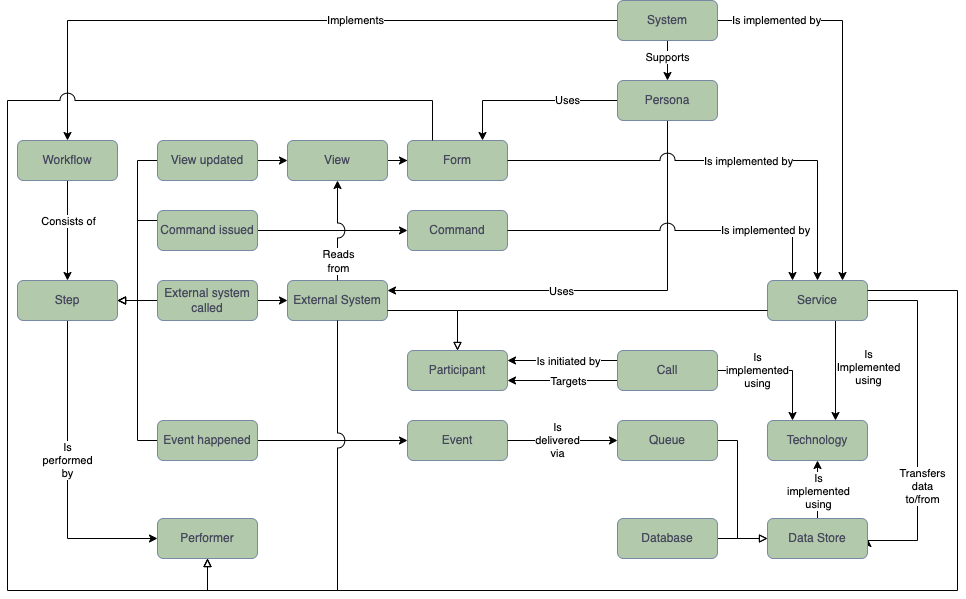
The draw.io diagram model/model.png in RaySinnema/architecture-diagrams, before a commit. Source tidied: cells renumbered, new cells last; positions are measured from the earlier drawing's top-left corner, leaving out a move shared by most shapes.
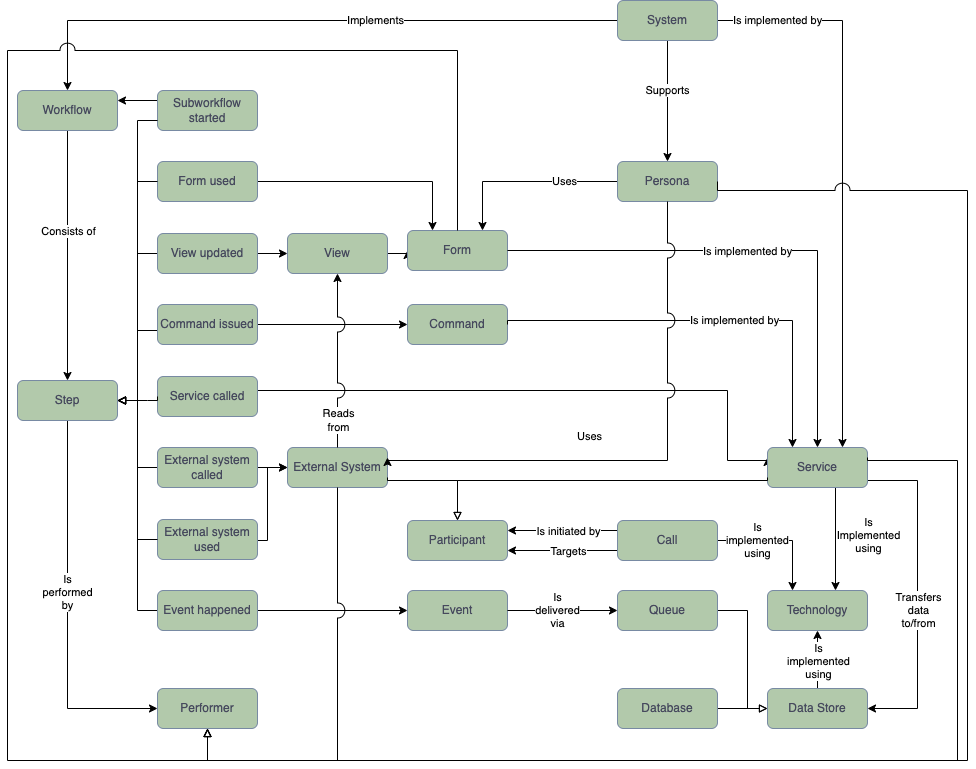
After the change.

Commit message:
Document workflows

Diff of the diagram source:
```diff
@@ -4,4 +4,12 @@
     <mxCell id="1" parent="0" />
+    <mxCell id="65" style="edgeStyle=orthogonalEdgeStyle;rounded=0;jettySize=auto;html=1;exitX=1;exitY=0.5;exitDx=0;exitDy=0;entryX=0;entryY=0.25;entryDx=0;entryDy=0;" parent="1" edge="1" source="73" target="14">
+      <mxGeometry relative="1" as="geometry">
+        <Array as="points">
+          <mxPoint x="-80" y="410" />
+          <mxPoint x="-80" y="480" />
+        </Array>
+      </mxGeometry>
+    </mxCell>
     <mxCell id="2" value="Command" style="whiteSpace=wrap;html=1;align=center;fillColor=#B2C9AB;strokeColor=#788AA3;fontColor=#46495D;rounded=1;" parent="1" vertex="1">
-      <mxGeometry x="400" y="210" width="100" height="40" as="geometry" />
+      <mxGeometry x="-400" y="324" width="100" height="40" as="geometry" />
     </mxCell>
@@ -11,6 +19,6 @@
     <mxCell id="4" value="View" style="whiteSpace=wrap;html=1;align=center;fillColor=#B2C9AB;strokeColor=#788AA3;fontColor=#46495D;rounded=1;" parent="1" vertex="1">
-      <mxGeometry x="280" y="140" width="100" height="40" as="geometry" />
+      <mxGeometry x="-520" y="253" width="100" height="40" as="geometry" />
     </mxCell>
     <mxCell id="5" value="Form" style="whiteSpace=wrap;html=1;align=center;fillColor=#B2C9AB;strokeColor=#788AA3;fontColor=#46495D;rounded=1;" parent="1" vertex="1">
-      <mxGeometry x="400" y="140" width="100" height="40" as="geometry" />
+      <mxGeometry x="-400" y="250" width="100" height="40" as="geometry" />
     </mxCell>
@@ -19,3 +27,3 @@
         <Array as="points">
-          <mxPoint x="60" y="20" />
+          <mxPoint x="-740" y="40" />
         </Array>
@@ -26,4 +34,4 @@
         <Array as="points">
-          <mxPoint x="610" y="100" />
-          <mxPoint x="610" y="100" />
+          <mxPoint x="-190" y="210" />
+          <mxPoint x="-190" y="210" />
         </Array>
@@ -32,13 +40,12 @@
     <mxCell id="8" value="Is implemented by" style="edgeStyle=orthogonalEdgeStyle;rounded=0;jettySize=auto;html=1;exitX=1;exitY=0.5;exitDx=0;exitDy=0;entryX=0.75;entryY=0;entryDx=0;entryDy=0;" parent="1" edge="1" source="9" target="14">
-      <mxGeometry x="-0.69" relative="1" as="geometry" />
+      <mxGeometry x="-0.78" relative="1" as="geometry" />
     </mxCell>
     <mxCell id="9" value="System" style="whiteSpace=wrap;html=1;align=center;fillColor=#B2C9AB;strokeColor=#788AA3;fontColor=#46495D;rounded=1;" parent="1" vertex="1">
-      <mxGeometry x="610" width="100" height="40" as="geometry" />
+      <mxGeometry x="-190" y="20" width="100" height="40" as="geometry" />
     </mxCell>
-    <mxCell id="10" style="edgeStyle=orthogonalEdgeStyle;rounded=0;jettySize=auto;html=1;exitX=1;exitY=0.5;exitDx=0;exitDy=0;endArrow=classic;endFill=1;entryX=1;entryY=0.5;entryDx=0;entryDy=0;" parent="1" edge="1" source="14" target="56">
+    <mxCell id="10" style="edgeStyle=orthogonalEdgeStyle;rounded=0;jettySize=auto;html=1;exitX=1;exitY=0.75;exitDx=0;exitDy=0;endArrow=classic;endFill=1;entryX=1;entryY=0.5;entryDx=0;entryDy=0;" parent="1" edge="1" source="14" target="56">
       <mxGeometry relative="1" as="geometry">
         <Array as="points">
-          <mxPoint x="910" y="300" />
-          <mxPoint x="910" y="540" />
-          <mxPoint x="860" y="540" />
+          <mxPoint x="110" y="500" />
+          <mxPoint x="110" y="728" />
         </Array>
@@ -48,3 +55,3 @@
       <mxGeometry x="0.53" y="1" relative="1" as="geometry">
-        <mxPoint x="3" y="-27" as="offset" />
+        <mxPoint x="-1" y="-71" as="offset" />
       </mxGeometry>
@@ -60,3 +67,3 @@
     <mxCell id="14" value="Service" style="whiteSpace=wrap;html=1;align=center;fillColor=#B2C9AB;strokeColor=#788AA3;fontColor=#46495D;rounded=1;" parent="1" vertex="1">
-      <mxGeometry x="760" y="280" width="100" height="40" as="geometry" />
+      <mxGeometry x="-40" y="467" width="100" height="40" as="geometry" />
     </mxCell>
@@ -65,4 +72,4 @@
         <Array as="points">
-          <mxPoint x="730" y="440" />
-          <mxPoint x="730" y="538" />
+          <mxPoint x="-60" y="630" />
+          <mxPoint x="-60" y="728" />
         </Array>
@@ -71,3 +78,3 @@
     <mxCell id="16" value="Queue" style="whiteSpace=wrap;html=1;align=center;fillColor=#B2C9AB;strokeColor=#788AA3;fontColor=#46495D;rounded=1;" parent="1" vertex="1">
-      <mxGeometry x="610" y="420" width="100" height="40" as="geometry" />
+      <mxGeometry x="-190" y="610" width="100" height="40" as="geometry" />
     </mxCell>
@@ -85,3 +92,3 @@
     <mxCell id="20" value="Database" style="whiteSpace=wrap;html=1;align=center;fillColor=#B2C9AB;strokeColor=#788AA3;fontColor=#46495D;rounded=1;" parent="1" vertex="1">
-      <mxGeometry x="610" y="518" width="100" height="40" as="geometry" />
+      <mxGeometry x="-190" y="708" width="100" height="40" as="geometry" />
     </mxCell>
@@ -94,3 +101,3 @@
     <mxCell id="23" value="Workflow" style="whiteSpace=wrap;html=1;align=center;fillColor=#B2C9AB;strokeColor=#788AA3;fontColor=#46495D;rounded=1;" parent="1" vertex="1">
-      <mxGeometry x="10" y="140" width="100" height="40" as="geometry" />
+      <mxGeometry x="-790" y="110" width="100" height="40" as="geometry" />
     </mxCell>
@@ -100,16 +107,4 @@
     <mxCell id="25" value="Step" style="whiteSpace=wrap;html=1;align=center;fillColor=#B2C9AB;strokeColor=#788AA3;fontColor=#46495D;rounded=1;" parent="1" vertex="1">
-      <mxGeometry x="10" y="280" width="100" height="40" as="geometry" />
+      <mxGeometry x="-790" y="400" width="100" height="40" as="geometry" />
     </mxCell>
-    <mxCell id="26" style="edgeStyle=orthogonalEdgeStyle;rounded=0;jettySize=auto;html=1;exitX=0.5;exitY=1;exitDx=0;exitDy=0;entryX=1;entryY=0.25;entryDx=0;entryDy=0;endArrow=classic;endFill=1;" parent="1" edge="1" source="29" target="30">
-      <mxGeometry relative="1" as="geometry">
-        <Array as="points">
-          <mxPoint x="660" y="290" />
-        </Array>
-      </mxGeometry>
-    </mxCell>
-    <mxCell id="27" value="Uses" style="edgeLabel;html=1;align=center;verticalAlign=middle;" parent="26" vertex="1">
-      <mxGeometry x="-0.13" y="2" relative="1" as="geometry">
-        <mxPoint x="-81" y="-2" as="offset" />
-      </mxGeometry>
-    </mxCell>
     <mxCell id="28" value="Uses" style="edgeStyle=orthogonalEdgeStyle;rounded=0;jettySize=auto;html=1;exitX=0;exitY=0.5;exitDx=0;exitDy=0;entryX=0.75;entryY=0;entryDx=0;entryDy=0;endArrow=classic;endFill=1;" parent="1" edge="1" source="29" target="5">
@@ -118,12 +113,12 @@
     <mxCell id="29" value="Persona" style="whiteSpace=wrap;html=1;align=center;fillColor=#B2C9AB;strokeColor=#788AA3;fontColor=#46495D;rounded=1;" parent="1" vertex="1">
-      <mxGeometry x="610" y="80" width="100" height="40" as="geometry" />
+      <mxGeometry x="-190" y="181" width="100" height="40" as="geometry" />
     </mxCell>
     <mxCell id="30" value="External System" style="whiteSpace=wrap;html=1;align=center;fillColor=#B2C9AB;strokeColor=#788AA3;fontColor=#46495D;rounded=1;" parent="1" vertex="1">
-      <mxGeometry x="280" y="280" width="100" height="40" as="geometry" />
+      <mxGeometry x="-520" y="467" width="100" height="40" as="geometry" />
     </mxCell>
     <mxCell id="31" value="Event" style="whiteSpace=wrap;html=1;align=center;fillColor=#B2C9AB;strokeColor=#788AA3;fontColor=#46495D;rounded=1;" parent="1" vertex="1">
-      <mxGeometry x="400" y="420" width="100" height="40" as="geometry" />
+      <mxGeometry x="-400" y="610" width="100" height="40" as="geometry" />
     </mxCell>
     <mxCell id="32" value="Technology" style="whiteSpace=wrap;html=1;align=center;fillColor=#B2C9AB;strokeColor=#788AA3;fontColor=#46495D;rounded=1;" parent="1" vertex="1">
-      <mxGeometry x="760" y="420" width="100" height="40" as="geometry" />
+      <mxGeometry x="-40" y="610" width="100" height="40" as="geometry" />
     </mxCell>
@@ -136,3 +131,3 @@
     <mxCell id="35" value="Event happened" style="whiteSpace=wrap;html=1;align=center;fillColor=#B2C9AB;strokeColor=#788AA3;fontColor=#46495D;rounded=1;" parent="1" vertex="1">
-      <mxGeometry x="150" y="420" width="100" height="40" as="geometry" />
+      <mxGeometry x="-650" y="610" width="100" height="40" as="geometry" />
     </mxCell>
@@ -145,3 +140,3 @@
     <mxCell id="38" value="View updated" style="whiteSpace=wrap;html=1;align=center;fillColor=#B2C9AB;strokeColor=#788AA3;fontColor=#46495D;rounded=1;" parent="1" vertex="1">
-      <mxGeometry x="150" y="140" width="100" height="40" as="geometry" />
+      <mxGeometry x="-650" y="253" width="100" height="40" as="geometry" />
     </mxCell>
@@ -150,5 +145,4 @@
         <Array as="points">
-          <mxPoint x="150" y="220" />
-          <mxPoint x="130" y="220" />
-          <mxPoint x="130" y="300" />
+          <mxPoint x="-670" y="350" />
+          <mxPoint x="-670" y="420" />
         </Array>
@@ -160,3 +154,3 @@
     <mxCell id="41" value="Command issued" style="whiteSpace=wrap;html=1;align=center;fillColor=#B2C9AB;strokeColor=#788AA3;fontColor=#46495D;rounded=1;" parent="1" vertex="1">
-      <mxGeometry x="150" y="210" width="100" height="40" as="geometry" />
+      <mxGeometry x="-650" y="324" width="100" height="40" as="geometry" />
     </mxCell>
@@ -169,6 +163,6 @@
     <mxCell id="44" value="External system called" style="whiteSpace=wrap;html=1;align=center;fillColor=#B2C9AB;strokeColor=#788AA3;fontColor=#46495D;rounded=1;" parent="1" vertex="1">
-      <mxGeometry x="150" y="280" width="100" height="40" as="geometry" />
+      <mxGeometry x="-650" y="467" width="100" height="40" as="geometry" />
     </mxCell>
     <mxCell id="45" value="Performer" style="whiteSpace=wrap;html=1;align=center;fillColor=#B2C9AB;strokeColor=#788AA3;fontColor=#46495D;rounded=1;" parent="1" vertex="1">
-      <mxGeometry x="150" y="518" width="100" height="40" as="geometry" />
+      <mxGeometry x="-650" y="708" width="100" height="40" as="geometry" />
     </mxCell>
@@ -194,6 +188,6 @@
     <mxCell id="51" value="Call" style="whiteSpace=wrap;html=1;align=center;fillColor=#B2C9AB;strokeColor=#788AA3;fontColor=#46495D;rounded=1;" parent="1" vertex="1">
-      <mxGeometry x="610" y="350" width="100" height="40" as="geometry" />
+      <mxGeometry x="-190" y="540" width="100" height="40" as="geometry" />
     </mxCell>
     <mxCell id="52" value="Participant&lt;br&gt;" style="whiteSpace=wrap;html=1;align=center;fillColor=#B2C9AB;strokeColor=#788AA3;fontColor=#46495D;rounded=1;" parent="1" vertex="1">
-      <mxGeometry x="400" y="350" width="100" height="40" as="geometry" />
+      <mxGeometry x="-400" y="540" width="100" height="40" as="geometry" />
     </mxCell>
@@ -202,3 +196,3 @@
         <Array as="points">
-          <mxPoint x="450" y="310" />
+          <mxPoint x="-350" y="500" />
         </Array>
@@ -209,5 +203,5 @@
         <Array as="points">
-          <mxPoint x="950" y="290" />
-          <mxPoint x="950" y="590" />
-          <mxPoint x="200" y="590" />
+          <mxPoint x="150" y="480" />
+          <mxPoint x="150" y="780" />
+          <mxPoint x="-600" y="780" />
         </Array>
@@ -215,9 +209,9 @@
     </mxCell>
-    <mxCell id="55" style="edgeStyle=orthogonalEdgeStyle;rounded=0;jumpStyle=arc;jumpSize=15;jettySize=auto;html=1;exitX=0.25;exitY=0;exitDx=0;exitDy=0;entryX=0.5;entryY=1;entryDx=0;entryDy=0;endArrow=block;endFill=0;" parent="1" edge="1" source="5" target="45">
+    <mxCell id="55" style="edgeStyle=orthogonalEdgeStyle;rounded=0;jumpStyle=arc;jumpSize=15;jettySize=auto;html=1;exitX=0.5;exitY=0;exitDx=0;exitDy=0;entryX=0.5;entryY=1;entryDx=0;entryDy=0;endArrow=block;endFill=0;" parent="1" edge="1" source="5" target="45">
       <mxGeometry relative="1" as="geometry">
         <Array as="points">
-          <mxPoint x="425" y="100" />
-          <mxPoint y="100" />
-          <mxPoint y="590" />
-          <mxPoint x="200" y="590" />
+          <mxPoint x="-350" y="70" />
+          <mxPoint x="-800" y="70" />
+          <mxPoint x="-800" y="780" />
+          <mxPoint x="-600" y="780" />
         </Array>
@@ -226,3 +220,3 @@
     <mxCell id="56" value="Data Store" style="whiteSpace=wrap;html=1;align=center;fillColor=#B2C9AB;strokeColor=#788AA3;fontColor=#46495D;rounded=1;" parent="1" vertex="1">
-      <mxGeometry x="760" y="518" width="100" height="40" as="geometry" />
+      <mxGeometry x="-40" y="708" width="100" height="40" as="geometry" />
     </mxCell>
@@ -231,4 +225,4 @@
         <Array as="points">
-          <mxPoint x="540" y="440" />
-          <mxPoint x="540" y="440" />
+          <mxPoint x="-270" y="630" />
+          <mxPoint x="-270" y="630" />
         </Array>
@@ -239,4 +233,4 @@
         <Array as="points">
-          <mxPoint x="330" y="590" />
-          <mxPoint x="200" y="590" />
+          <mxPoint x="-470" y="780" />
+          <mxPoint x="-600" y="780" />
         </Array>
@@ -247,3 +241,3 @@
         <Array as="points">
-          <mxPoint x="450" y="310" />
+          <mxPoint x="-350" y="500" />
         </Array>
@@ -252,5 +246,5 @@
     <mxCell id="60" value="Is implemented by" style="edgeStyle=orthogonalEdgeStyle;rounded=0;jettySize=auto;html=1;exitX=1;exitY=0.5;exitDx=0;exitDy=0;entryX=0.25;entryY=0;entryDx=0;entryDy=0;endArrow=classic;endFill=1;jumpStyle=arc;jumpSize=15;" parent="1" edge="1" source="2" target="14">
-      <mxGeometry x="0.54" relative="1" as="geometry">
+      <mxGeometry x="0.11" relative="1" as="geometry">
         <Array as="points">
-          <mxPoint x="785" y="230" />
+          <mxPoint x="-15" y="340" />
         </Array>
@@ -263,3 +257,3 @@
       <mxGeometry x="-0.16" relative="1" as="geometry">
-        <mxPoint x="59" as="offset" />
+        <mxPoint x="26" as="offset" />
       </mxGeometry>
@@ -269,4 +263,4 @@
         <Array as="points">
-          <mxPoint x="330" y="230" />
-          <mxPoint x="330" y="230" />
+          <mxPoint x="-470" y="340" />
+          <mxPoint x="-470" y="340" />
         </Array>
@@ -276,5 +270,70 @@
       <mxGeometry x="-0.48" y="1" relative="1" as="geometry">
-        <mxPoint x="1" y="6" as="offset" />
+        <mxPoint x="1" y="17" as="offset" />
       </mxGeometry>
     </mxCell>
+    <mxCell id="66" style="edgeStyle=orthogonalEdgeStyle;rounded=0;jettySize=auto;html=1;exitX=1;exitY=0.5;exitDx=0;exitDy=0;entryX=0;entryY=0.5;entryDx=0;entryDy=0;" parent="1" edge="1" source="67" target="30">
+      <mxGeometry relative="1" as="geometry">
+        <Array as="points">
+          <mxPoint x="-550" y="560" />
+          <mxPoint x="-540" y="560" />
+          <mxPoint x="-540" y="487" />
+        </Array>
+      </mxGeometry>
+    </mxCell>
+    <mxCell id="67" value="External system used" style="whiteSpace=wrap;html=1;align=center;fillColor=#B2C9AB;strokeColor=#788AA3;fontColor=#46495D;rounded=1;" parent="1" vertex="1">
+      <mxGeometry x="-650" y="539" width="100" height="40" as="geometry" />
+    </mxCell>
+    <mxCell id="68" style="edgeStyle=orthogonalEdgeStyle;rounded=0;jettySize=auto;html=1;exitX=0;exitY=0.5;exitDx=0;exitDy=0;entryX=1;entryY=0.5;entryDx=0;entryDy=0;endArrow=block;endFill=0;" parent="1" edge="1" source="67" target="25">
+      <mxGeometry relative="1" as="geometry" />
+    </mxCell>
+    <mxCell id="69" style="edgeStyle=orthogonalEdgeStyle;rounded=0;jettySize=auto;html=1;exitX=1;exitY=0.5;exitDx=0;exitDy=0;entryX=0.25;entryY=0;entryDx=0;entryDy=0;" parent="1" edge="1" source="70" target="5">
+      <mxGeometry relative="1" as="geometry" />
+    </mxCell>
+    <mxCell id="70" value="Form used" style="whiteSpace=wrap;html=1;align=center;fillColor=#B2C9AB;strokeColor=#788AA3;fontColor=#46495D;rounded=1;" parent="1" vertex="1">
+      <mxGeometry x="-650" y="181" width="100" height="40" as="geometry" />
+    </mxCell>
+    <mxCell id="71" style="edgeStyle=orthogonalEdgeStyle;rounded=0;jettySize=auto;html=1;exitX=0;exitY=0.5;exitDx=0;exitDy=0;entryX=1;entryY=0.5;entryDx=0;entryDy=0;endArrow=block;endFill=0;" parent="1" edge="1" source="70" target="25">
+      <mxGeometry relative="1" as="geometry" />
+    </mxCell>
+    <mxCell id="72" style="edgeStyle=orthogonalEdgeStyle;rounded=0;jumpStyle=arc;jumpSize=15;jettySize=auto;html=1;exitX=1;exitY=0.5;exitDx=0;exitDy=0;entryX=0.5;entryY=1;entryDx=0;entryDy=0;endArrow=block;endFill=0;" parent="1" edge="1" source="29" target="45">
+      <mxGeometry relative="1" as="geometry">
+        <Array as="points">
+          <mxPoint x="160" y="210" />
+          <mxPoint x="160" y="780" />
+          <mxPoint x="-600" y="780" />
+        </Array>
+      </mxGeometry>
+    </mxCell>
+    <mxCell id="73" value="Service called" style="whiteSpace=wrap;html=1;align=center;fillColor=#B2C9AB;strokeColor=#788AA3;fontColor=#46495D;rounded=1;" parent="1" vertex="1">
+      <mxGeometry x="-650" y="396" width="100" height="40" as="geometry" />
+    </mxCell>
+    <mxCell id="74" style="edgeStyle=orthogonalEdgeStyle;rounded=0;jettySize=auto;html=1;exitX=0;exitY=0.5;exitDx=0;exitDy=0;endArrow=block;endFill=0;entryX=1;entryY=0.5;entryDx=0;entryDy=0;" parent="1" edge="1" source="73" target="25">
+      <mxGeometry relative="1" as="geometry">
+        <Array as="points">
+          <mxPoint x="-660" y="420" />
+          <mxPoint x="-660" y="420" />
+        </Array>
+      </mxGeometry>
+    </mxCell>
+    <mxCell id="26" style="edgeStyle=orthogonalEdgeStyle;rounded=0;jettySize=auto;html=1;exitX=0.5;exitY=1;exitDx=0;exitDy=0;entryX=1;entryY=0.25;entryDx=0;entryDy=0;endArrow=classic;endFill=1;jumpStyle=arc;jumpSize=15;" parent="1" edge="1" source="29" target="30">
+      <mxGeometry relative="1" as="geometry">
+        <Array as="points">
+          <mxPoint x="-140" y="480" />
+        </Array>
+      </mxGeometry>
+    </mxCell>
+    <mxCell id="27" value="Uses" style="edgeLabel;html=1;align=center;verticalAlign=middle;" parent="26" vertex="1">
+      <mxGeometry x="-0.13" y="2" relative="1" as="geometry">
+        <mxPoint x="-81" y="-2" as="offset" />
+      </mxGeometry>
+    </mxCell>
+    <mxCell id="75" style="edgeStyle=orthogonalEdgeStyle;rounded=0;jettySize=auto;html=1;exitX=0;exitY=0.25;exitDx=0;exitDy=0;entryX=1;entryY=0.25;entryDx=0;entryDy=0;" parent="1" edge="1" source="76" target="23">
+      <mxGeometry relative="1" as="geometry" />
+    </mxCell>
+    <mxCell id="76" value="Subworkflow started" style="whiteSpace=wrap;html=1;align=center;fillColor=#B2C9AB;strokeColor=#788AA3;fontColor=#46495D;rounded=1;" parent="1" vertex="1">
+      <mxGeometry x="-650" y="110" width="100" height="40" as="geometry" />
+    </mxCell>
+    <mxCell id="77" style="edgeStyle=orthogonalEdgeStyle;rounded=0;jettySize=auto;html=1;exitX=0;exitY=0.75;exitDx=0;exitDy=0;entryX=1;entryY=0.5;entryDx=0;entryDy=0;endArrow=block;endFill=0;" parent="1" edge="1" source="76" target="25">
+      <mxGeometry relative="1" as="geometry" />
+    </mxCell>
   </root>
```
